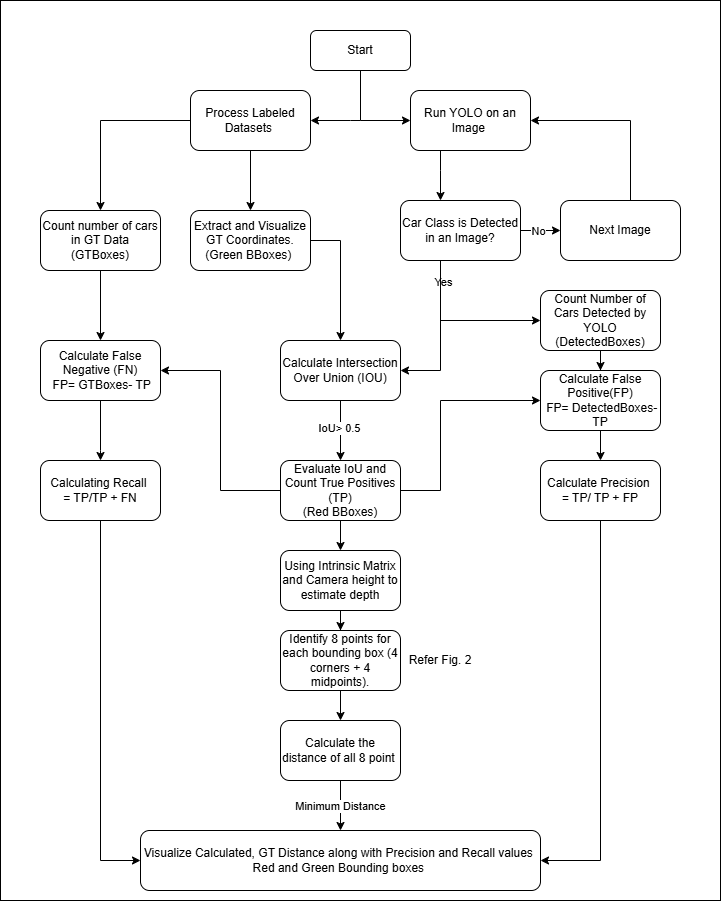
This is Algorithm_Flowchart.png from KaranSankla/ObjectDetection_YOLO, a draw.io export, as it was before one commit. Source tidied: cells renumbered, new cells last; positions are measured from the earlier drawing's top-left corner, leaving out a move shared by most shapes. Its diagram source:
```xml
<mxGraphModel>
  <root>
    <mxCell id="0" />
    <mxCell id="1" parent="0" />
    <mxCell id="2" style="edgeStyle=orthogonalEdgeStyle;rounded=0;jettySize=auto;html=1;exitX=0.5;exitY=1;exitDx=0;exitDy=0;entryX=0;entryY=0.5;entryDx=0;entryDy=0;" parent="1" edge="1" source="3" target="8">
      <mxGeometry relative="1" as="geometry" />
    </mxCell>
    <mxCell id="3" value="Start" style="rounded=1;whiteSpace=wrap;html=1;" parent="1" vertex="1">
      <mxGeometry x="310" y="30" width="100" height="40" as="geometry" />
    </mxCell>
    <mxCell id="4" style="edgeStyle=orthogonalEdgeStyle;rounded=0;jettySize=auto;html=1;" parent="1" edge="1" source="6" target="10">
      <mxGeometry relative="1" as="geometry" />
    </mxCell>
    <mxCell id="5" style="edgeStyle=orthogonalEdgeStyle;rounded=0;jettySize=auto;html=1;" parent="1" edge="1" source="6" target="21">
      <mxGeometry relative="1" as="geometry" />
    </mxCell>
    <mxCell id="6" value="Process Labeled Datasets&amp;nbsp;" style="rounded=1;whiteSpace=wrap;html=1;" parent="1" vertex="1">
      <mxGeometry x="190" y="90" width="120" height="60" as="geometry" />
    </mxCell>
    <mxCell id="7" style="edgeStyle=orthogonalEdgeStyle;rounded=0;jettySize=auto;html=1;" parent="1" edge="1" source="8" target="16">
      <mxGeometry relative="1" as="geometry">
        <Array as="points">
          <mxPoint x="440" y="170" />
          <mxPoint x="440" y="170" />
        </Array>
      </mxGeometry>
    </mxCell>
    <mxCell id="8" value="Run YOLO on an Image&amp;nbsp;" style="rounded=1;whiteSpace=wrap;html=1;" parent="1" vertex="1">
      <mxGeometry x="410" y="90" width="120" height="60" as="geometry" />
    </mxCell>
    <mxCell id="9" style="edgeStyle=orthogonalEdgeStyle;rounded=0;jettySize=auto;html=1;" parent="1" edge="1" source="10" target="34">
      <mxGeometry relative="1" as="geometry">
        <Array as="points">
          <mxPoint x="100" y="340" />
          <mxPoint x="100" y="340" />
        </Array>
      </mxGeometry>
    </mxCell>
    <mxCell id="10" value="Count number of cars in GT Data&lt;div&gt;(GTBoxes)&lt;/div&gt;" style="rounded=1;whiteSpace=wrap;html=1;" parent="1" vertex="1">
      <mxGeometry x="40" y="210" width="120" height="60" as="geometry" />
    </mxCell>
    <mxCell id="11" style="edgeStyle=orthogonalEdgeStyle;rounded=0;jettySize=auto;html=1;" parent="1" edge="1" source="16" target="19">
      <mxGeometry relative="1" as="geometry" />
    </mxCell>
    <mxCell id="12" value="No" style="edgeLabel;html=1;align=center;verticalAlign=middle;" parent="11" vertex="1">
      <mxGeometry x="-0.13" relative="1" as="geometry" />
    </mxCell>
    <mxCell id="13" style="edgeStyle=orthogonalEdgeStyle;rounded=0;jettySize=auto;html=1;" parent="1" edge="1" source="16" target="24">
      <mxGeometry relative="1" as="geometry">
        <Array as="points">
          <mxPoint x="440" y="370" />
        </Array>
      </mxGeometry>
    </mxCell>
    <mxCell id="14" value="Yes" style="edgeLabel;html=1;align=center;verticalAlign=middle;" parent="13" vertex="1">
      <mxGeometry x="-0.71" y="2" relative="1" as="geometry" />
    </mxCell>
    <mxCell id="15" style="edgeStyle=orthogonalEdgeStyle;rounded=0;jettySize=auto;html=1;" parent="1" edge="1" source="16" target="26">
      <mxGeometry relative="1" as="geometry">
        <Array as="points">
          <mxPoint x="440" y="320" />
        </Array>
      </mxGeometry>
    </mxCell>
    <mxCell id="16" value="Car Class is Detected in an Image?" style="rounded=1;whiteSpace=wrap;html=1;" parent="1" vertex="1">
      <mxGeometry x="400" y="200" width="120" height="60" as="geometry" />
    </mxCell>
    <mxCell id="17" style="edgeStyle=orthogonalEdgeStyle;rounded=0;jettySize=auto;html=1;entryX=1;entryY=0.5;entryDx=0;entryDy=0;" parent="1" edge="1" target="6">
      <mxGeometry relative="1" as="geometry">
        <mxPoint x="360" y="120" as="sourcePoint" />
        <Array as="points">
          <mxPoint x="350" y="120" />
          <mxPoint x="350" y="120" />
        </Array>
      </mxGeometry>
    </mxCell>
    <mxCell id="18" style="edgeStyle=orthogonalEdgeStyle;rounded=0;jettySize=auto;html=1;entryX=1;entryY=0.5;entryDx=0;entryDy=0;exitX=0.5;exitY=0;exitDx=0;exitDy=0;" parent="1" edge="1" source="19" target="8">
      <mxGeometry relative="1" as="geometry">
        <Array as="points">
          <mxPoint x="630" y="120" />
        </Array>
      </mxGeometry>
    </mxCell>
    <mxCell id="19" value="Next Image" style="rounded=1;whiteSpace=wrap;html=1;" parent="1" vertex="1">
      <mxGeometry x="560" y="200" width="120" height="60" as="geometry" />
    </mxCell>
    <mxCell id="20" style="edgeStyle=orthogonalEdgeStyle;rounded=0;jettySize=auto;html=1;entryX=0.5;entryY=0;entryDx=0;entryDy=0;" parent="1" edge="1" source="21" target="24">
      <mxGeometry relative="1" as="geometry">
        <Array as="points">
          <mxPoint x="340" y="240" />
        </Array>
      </mxGeometry>
    </mxCell>
    <mxCell id="21" value="Extract and Visualize GT Coordinates.&lt;div&gt;(Green BBoxes)&amp;nbsp;&lt;/div&gt;" style="rounded=1;whiteSpace=wrap;html=1;" parent="1" vertex="1">
      <mxGeometry x="190" y="210" width="120" height="60" as="geometry" />
    </mxCell>
    <mxCell id="22" style="edgeStyle=orthogonalEdgeStyle;rounded=0;jettySize=auto;html=1;" parent="1" edge="1" source="24" target="30">
      <mxGeometry relative="1" as="geometry" />
    </mxCell>
    <mxCell id="23" value="IoU&amp;gt; 0.5" style="edgeLabel;html=1;align=center;verticalAlign=middle;" parent="22" vertex="1">
      <mxGeometry x="-0.1" y="-2" relative="1" as="geometry" />
    </mxCell>
    <mxCell id="24" value="Calculate Intersection Over Union (IOU)" style="rounded=1;whiteSpace=wrap;html=1;" parent="1" vertex="1">
      <mxGeometry x="280" y="340" width="120" height="60" as="geometry" />
    </mxCell>
    <mxCell id="25" style="edgeStyle=orthogonalEdgeStyle;rounded=0;jettySize=auto;html=1;entryX=0.5;entryY=0;entryDx=0;entryDy=0;" parent="1" edge="1" source="26" target="32">
      <mxGeometry relative="1" as="geometry" />
    </mxCell>
    <mxCell id="26" value="Count Number of Cars Detected by YOLO (DetectedBoxes)" style="rounded=1;whiteSpace=wrap;html=1;" parent="1" vertex="1">
      <mxGeometry x="540" y="290" width="120" height="60" as="geometry" />
    </mxCell>
    <mxCell id="27" style="edgeStyle=orthogonalEdgeStyle;rounded=0;jettySize=auto;html=1;entryX=0;entryY=0.5;entryDx=0;entryDy=0;" parent="1" edge="1" source="30" target="32">
      <mxGeometry relative="1" as="geometry">
        <Array as="points">
          <mxPoint x="440" y="490" />
          <mxPoint x="440" y="400" />
        </Array>
      </mxGeometry>
    </mxCell>
    <mxCell id="28" style="edgeStyle=orthogonalEdgeStyle;rounded=0;jettySize=auto;html=1;" parent="1" edge="1" source="30" target="34">
      <mxGeometry relative="1" as="geometry">
        <Array as="points">
          <mxPoint x="220" y="490" />
          <mxPoint x="220" y="370" />
        </Array>
      </mxGeometry>
    </mxCell>
    <mxCell id="29" style="edgeStyle=orthogonalEdgeStyle;rounded=0;jettySize=auto;html=1;" parent="1" edge="1" source="30" target="40">
      <mxGeometry relative="1" as="geometry" />
    </mxCell>
    <mxCell id="30" value="Evaluate IoU and Count True Positives (TP)&lt;br&gt;(Red BBoxes)" style="rounded=1;whiteSpace=wrap;html=1;" parent="1" vertex="1">
      <mxGeometry x="280" y="460" width="120" height="60" as="geometry" />
    </mxCell>
    <mxCell id="31" style="edgeStyle=orthogonalEdgeStyle;rounded=0;jettySize=auto;html=1;" parent="1" edge="1" source="32" target="38">
      <mxGeometry relative="1" as="geometry" />
    </mxCell>
    <mxCell id="32" value="Calculate False Positive(FP)&lt;div&gt;&amp;nbsp;FP= DetectedBoxes-TP&lt;/div&gt;" style="rounded=1;whiteSpace=wrap;html=1;" parent="1" vertex="1">
      <mxGeometry x="540" y="370" width="120" height="60" as="geometry" />
    </mxCell>
    <mxCell id="33" style="edgeStyle=orthogonalEdgeStyle;rounded=0;jettySize=auto;html=1;" parent="1" edge="1" source="34" target="36">
      <mxGeometry relative="1" as="geometry">
        <Array as="points">
          <mxPoint x="100" y="450" />
          <mxPoint x="100" y="450" />
        </Array>
      </mxGeometry>
    </mxCell>
    <mxCell id="34" value="Calculate False Negative (FN)&lt;div&gt;&amp;nbsp;FP= GTBoxes- TP&lt;/div&gt;" style="rounded=1;whiteSpace=wrap;html=1;" parent="1" vertex="1">
      <mxGeometry x="40" y="340" width="120" height="60" as="geometry" />
    </mxCell>
    <mxCell id="35" style="edgeStyle=orthogonalEdgeStyle;rounded=0;jettySize=auto;html=1;exitX=0.5;exitY=1;exitDx=0;exitDy=0;" parent="1" edge="1" source="36" target="46">
      <mxGeometry relative="1" as="geometry">
        <Array as="points">
          <mxPoint x="100" y="860" />
        </Array>
      </mxGeometry>
    </mxCell>
    <mxCell id="36" value="Calculating Recall&amp;nbsp;&lt;br&gt;= TP/TP + FN" style="rounded=1;whiteSpace=wrap;html=1;" parent="1" vertex="1">
      <mxGeometry x="40" y="460" width="120" height="60" as="geometry" />
    </mxCell>
    <mxCell id="37" style="edgeStyle=orthogonalEdgeStyle;rounded=0;jettySize=auto;html=1;exitX=0.5;exitY=1;exitDx=0;exitDy=0;entryX=1;entryY=0.5;entryDx=0;entryDy=0;" parent="1" edge="1" source="38" target="46">
      <mxGeometry relative="1" as="geometry" />
    </mxCell>
    <mxCell id="38" value="Calculate Precision&amp;nbsp;&lt;div&gt;= TP/ TP + FP&lt;/div&gt;" style="rounded=1;whiteSpace=wrap;html=1;" parent="1" vertex="1">
      <mxGeometry x="540" y="460" width="120" height="60" as="geometry" />
    </mxCell>
    <mxCell id="39" style="edgeStyle=orthogonalEdgeStyle;rounded=0;jettySize=auto;html=1;" parent="1" edge="1" source="40" target="42">
      <mxGeometry relative="1" as="geometry" />
    </mxCell>
    <mxCell id="40" value="Using Intrinsic Matrix and Camera height to estimate depth" style="rounded=1;whiteSpace=wrap;html=1;" parent="1" vertex="1">
      <mxGeometry x="280" y="550" width="120" height="60" as="geometry" />
    </mxCell>
    <mxCell id="41" style="edgeStyle=orthogonalEdgeStyle;rounded=0;jettySize=auto;html=1;" parent="1" edge="1" source="42" target="45">
      <mxGeometry relative="1" as="geometry" />
    </mxCell>
    <mxCell id="42" value="Identify 8 points for each bounding box (4 corners + 4 midpoints)." style="rounded=1;whiteSpace=wrap;html=1;" parent="1" vertex="1">
      <mxGeometry x="280" y="630" width="120" height="60" as="geometry" />
    </mxCell>
    <mxCell id="43" style="edgeStyle=orthogonalEdgeStyle;rounded=0;jettySize=auto;html=1;" parent="1" edge="1" source="45" target="46">
      <mxGeometry relative="1" as="geometry" />
    </mxCell>
    <mxCell id="44" value="Minimum Distance" style="edgeLabel;html=1;align=center;verticalAlign=middle;" parent="43" vertex="1">
      <mxGeometry y="-1" relative="1" as="geometry" />
    </mxCell>
    <mxCell id="45" value="Calculate the distance of all 8 point&amp;nbsp;" style="rounded=1;whiteSpace=wrap;html=1;" parent="1" vertex="1">
      <mxGeometry x="280" y="720" width="120" height="60" as="geometry" />
    </mxCell>
    <mxCell id="46" value="Visualize Calculated, GT Distance along with Precision and Recall values&amp;nbsp;&lt;div&gt;Red and Green Bounding boxes&amp;nbsp;&lt;/div&gt;" style="rounded=1;whiteSpace=wrap;html=1;" parent="1" vertex="1">
      <mxGeometry x="140" y="830" width="400" height="60" as="geometry" />
    </mxCell>
    <mxCell id="47" value="Refer Fig. 2" style="text;html=1;align=center;verticalAlign=middle;whiteSpace=wrap;rounded=0;" parent="1" vertex="1">
      <mxGeometry x="400" y="645" width="80" height="30" as="geometry" />
    </mxCell>
    <mxCell id="48" style="rounded=0;whiteSpace=wrap;html=1;fillColor=none;" parent="1" vertex="1">
      <mxGeometry width="720" height="900" as="geometry" />
    </mxCell>
  </root>
</mxGraphModel>
```
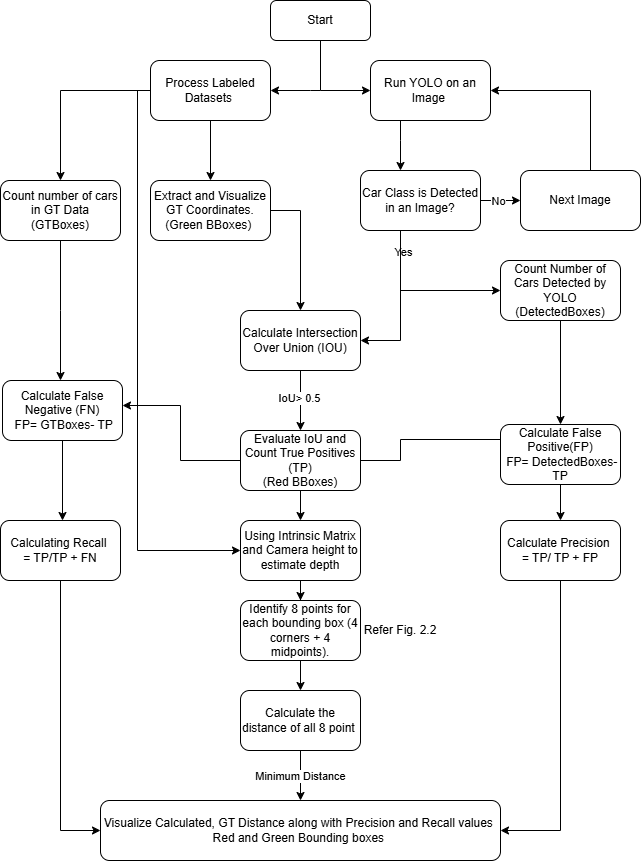
Above is the later version.

The edit, as a diff of the source:
```diff
@@ -14,6 +14,14 @@
     <mxCell id="5" style="edgeStyle=orthogonalEdgeStyle;rounded=0;jettySize=auto;html=1;" parent="1" edge="1" source="6" target="21">
       <mxGeometry relative="1" as="geometry" />
     </mxCell>
+    <mxCell id="49" style="edgeStyle=orthogonalEdgeStyle;rounded=0;jettySize=auto;html=1;entryX=0;entryY=0.5;entryDx=0;entryDy=0;" parent="1" edge="1" source="6" target="40">
+      <mxGeometry relative="1" as="geometry">
+        <Array as="points">
+          <mxPoint x="177" y="120" />
+          <mxPoint x="177" y="580" />
+        </Array>
+      </mxGeometry>
+    </mxCell>
     <mxCell id="6" value="Process Labeled Datasets&amp;nbsp;" style="rounded=1;whiteSpace=wrap;html=1;" parent="1" vertex="1">
       <mxGeometry x="190" y="90" width="120" height="60" as="geometry" />
     </mxCell>
@@ -113,7 +121,8 @@
       <mxGeometry relative="1" as="geometry">
         <Array as="points">
           <mxPoint x="440" y="490" />
-          <mxPoint x="440" y="400" />
+          <mxPoint x="440" y="469" />
+          <mxPoint x="547" y="469" />
         </Array>
       </mxGeometry>
     </mxCell>
@@ -121,7 +130,7 @@
       <mxGeometry relative="1" as="geometry">
         <Array as="points">
           <mxPoint x="220" y="490" />
-          <mxPoint x="220" y="370" />
+          <mxPoint x="220" y="435" />
         </Array>
       </mxGeometry>
     </mxCell>
@@ -135,7 +144,7 @@
       <mxGeometry relative="1" as="geometry" />
     </mxCell>
     <mxCell id="32" value="Calculate False Positive(FP)&lt;div&gt;&amp;nbsp;FP= DetectedBoxes-TP&lt;/div&gt;" style="rounded=1;whiteSpace=wrap;html=1;" parent="1" vertex="1">
-      <mxGeometry x="540" y="370" width="120" height="60" as="geometry" />
+      <mxGeometry x="540" y="454" width="120" height="60" as="geometry" />
     </mxCell>
     <mxCell id="33" style="edgeStyle=orthogonalEdgeStyle;rounded=0;jettySize=auto;html=1;" parent="1" edge="1" source="34" target="36">
       <mxGeometry relative="1" as="geometry">
@@ -146,7 +155,7 @@
       </mxGeometry>
     </mxCell>
     <mxCell id="34" value="Calculate False Negative (FN)&lt;div&gt;&amp;nbsp;FP= GTBoxes- TP&lt;/div&gt;" style="rounded=1;whiteSpace=wrap;html=1;" parent="1" vertex="1">
-      <mxGeometry x="40" y="340" width="120" height="60" as="geometry" />
+      <mxGeometry x="42" y="410" width="120" height="60" as="geometry" />
     </mxCell>
     <mxCell id="35" style="edgeStyle=orthogonalEdgeStyle;rounded=0;jettySize=auto;html=1;exitX=0.5;exitY=1;exitDx=0;exitDy=0;" parent="1" edge="1" source="36" target="46">
       <mxGeometry relative="1" as="geometry">
@@ -156,13 +165,13 @@
       </mxGeometry>
     </mxCell>
     <mxCell id="36" value="Calculating Recall&amp;nbsp;&lt;br&gt;= TP/TP + FN" style="rounded=1;whiteSpace=wrap;html=1;" parent="1" vertex="1">
-      <mxGeometry x="40" y="460" width="120" height="60" as="geometry" />
+      <mxGeometry x="40" y="550" width="120" height="60" as="geometry" />
     </mxCell>
     <mxCell id="37" style="edgeStyle=orthogonalEdgeStyle;rounded=0;jettySize=auto;html=1;exitX=0.5;exitY=1;exitDx=0;exitDy=0;entryX=1;entryY=0.5;entryDx=0;entryDy=0;" parent="1" edge="1" source="38" target="46">
       <mxGeometry relative="1" as="geometry" />
     </mxCell>
     <mxCell id="38" value="Calculate Precision&amp;nbsp;&lt;div&gt;= TP/ TP + FP&lt;/div&gt;" style="rounded=1;whiteSpace=wrap;html=1;" parent="1" vertex="1">
-      <mxGeometry x="540" y="460" width="120" height="60" as="geometry" />
+      <mxGeometry x="540" y="550" width="120" height="60" as="geometry" />
     </mxCell>
     <mxCell id="39" style="edgeStyle=orthogonalEdgeStyle;rounded=0;jettySize=auto;html=1;" parent="1" edge="1" source="40" target="42">
       <mxGeometry relative="1" as="geometry" />
@@ -188,11 +197,8 @@
     <mxCell id="46" value="Visualize Calculated, GT Distance along with Precision and Recall values&amp;nbsp;&lt;div&gt;Red and Green Bounding boxes&amp;nbsp;&lt;/div&gt;" style="rounded=1;whiteSpace=wrap;html=1;" parent="1" vertex="1">
       <mxGeometry x="140" y="830" width="400" height="60" as="geometry" />
     </mxCell>
-    <mxCell id="47" value="Refer Fig. 2" style="text;html=1;align=center;verticalAlign=middle;whiteSpace=wrap;rounded=0;" parent="1" vertex="1">
+    <mxCell id="47" value="Refer Fig. 2.2" style="text;html=1;align=center;verticalAlign=middle;whiteSpace=wrap;rounded=0;" parent="1" vertex="1">
       <mxGeometry x="400" y="645" width="80" height="30" as="geometry" />
     </mxCell>
-    <mxCell id="48" style="rounded=0;whiteSpace=wrap;html=1;fillColor=none;" parent="1" vertex="1">
-      <mxGeometry width="720" height="900" as="geometry" />
-    </mxCell>
   </root>
 </mxGraphModel>
```
